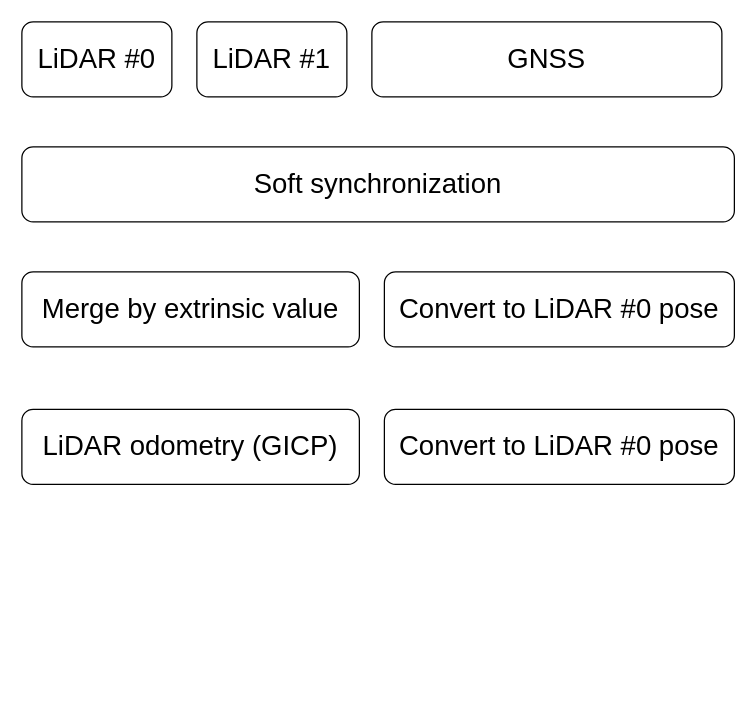
Before: mligo/glio.drawio in zzywhu/drawio, a draw.io diagram. Source tidied: cells renumbered, new cells numbered last; positions are measured from the earlier drawing's top-left corner, leaving out a move shared by most shapes. Both pictures are drawn from the tidied source at 125%, with x=0, y=0 at pixel (21, 21).
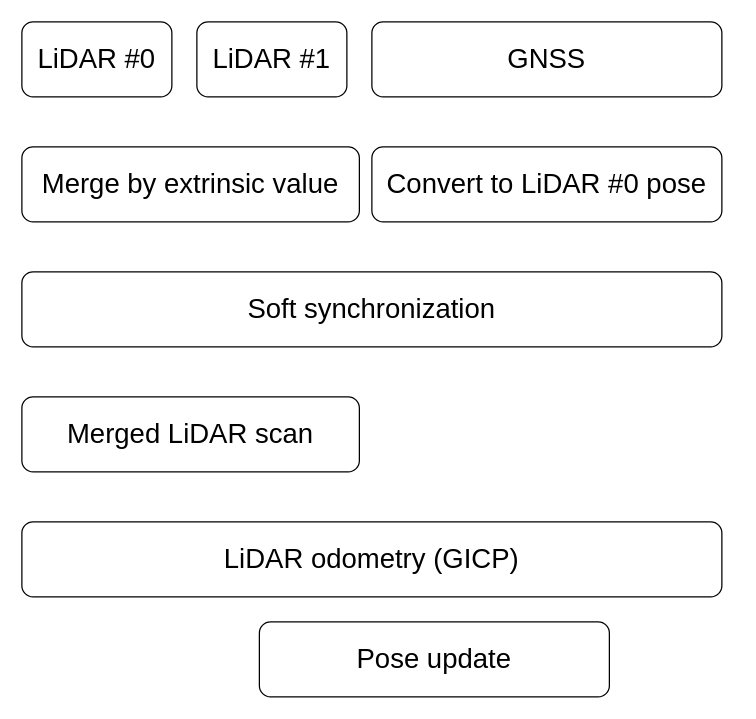
The same diagram, later.

The edit, as a diff of the source:
```diff
@@
 <mxGraphModel>
   <root>
     <mxCell id="0" />
     <mxCell id="1" parent="0" />
     <mxCell id="2" value="&lt;font style=&quot;font-size: 22px;&quot;&gt;LiDAR #0&lt;/font&gt;" style="rounded=1;whiteSpace=wrap;html=1;" parent="1" vertex="1">
       <mxGeometry width="120" height="60" as="geometry" />
     </mxCell>
     <mxCell id="3" value="&lt;font style=&quot;font-size: 22px;&quot;&gt;LiDAR #1&lt;/font&gt;" style="rounded=1;whiteSpace=wrap;html=1;" parent="1" vertex="1">
       <mxGeometry x="140" width="120" height="60" as="geometry" />
     </mxCell>
     <mxCell id="4" value="&lt;font style=&quot;font-size: 22px;&quot;&gt;GNSS&lt;/font&gt;" style="rounded=1;whiteSpace=wrap;html=1;" parent="1" vertex="1">
       <mxGeometry x="280" width="280" height="60" as="geometry" />
     </mxCell>
     <mxCell id="5" value="&lt;font style=&quot;font-size: 22px;&quot;&gt;Soft synchronization&lt;/font&gt;" style="rounded=1;whiteSpace=wrap;html=1;" parent="1" vertex="1">
-      <mxGeometry y="100" width="570" height="60" as="geometry" />
+      <mxGeometry y="200" width="560" height="60" as="geometry" />
     </mxCell>
     <mxCell id="6" value="&lt;span style=&quot;font-size: 22px;&quot;&gt;Convert to LiDAR #0 pose&lt;/span&gt;" style="rounded=1;whiteSpace=wrap;html=1;" parent="1" vertex="1">
-      <mxGeometry x="290" y="200" width="280" height="60" as="geometry" />
+      <mxGeometry x="280" y="100" width="280" height="60" as="geometry" />
     </mxCell>
     <mxCell id="7" value="&lt;font style=&quot;font-size: 22px;&quot;&gt;Merge by extrinsic value&lt;/font&gt;" style="rounded=1;whiteSpace=wrap;html=1;" parent="1" vertex="1">
-      <mxGeometry y="200" width="270" height="60" as="geometry" />
+      <mxGeometry y="100" width="270" height="60" as="geometry" />
     </mxCell>
     <mxCell id="8" value="&lt;span style=&quot;font-size: 22px;&quot;&gt;LiDAR odometry (GICP)&lt;/span&gt;" style="rounded=1;whiteSpace=wrap;html=1;" parent="1" vertex="1">
-      <mxGeometry y="310" width="270" height="60" as="geometry" />
+      <mxGeometry y="400" width="560" height="60" as="geometry" />
     </mxCell>
-    <mxCell id="9" value="&lt;span style=&quot;font-size: 22px;&quot;&gt;Convert to LiDAR #0 pose&lt;/span&gt;" style="rounded=1;whiteSpace=wrap;html=1;" parent="1" vertex="1">
-      <mxGeometry x="290" y="310" width="280" height="60" as="geometry" />
+    <mxCell id="9" value="&lt;font style=&quot;font-size: 22px;&quot;&gt;Pose update&lt;/font&gt;" style="rounded=1;whiteSpace=wrap;html=1;" parent="1" vertex="1">
+      <mxGeometry x="190" y="480" width="280" height="60" as="geometry" />
     </mxCell>
+    <mxCell id="10" value="&lt;span style=&quot;font-size: 22px;&quot;&gt;Merged LiDAR scan&lt;/span&gt;" style="rounded=1;whiteSpace=wrap;html=1;" parent="1" vertex="1">
+      <mxGeometry y="300" width="270" height="60" as="geometry" />
+    </mxCell>
   </root>
 </mxGraphModel>
```
